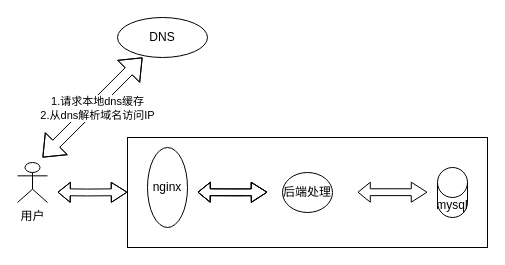
Above: 网站从1到10亿架构演进.drawio in yintianyugithub/frameworkeDesin (draw.io), before the change. Source tidied: cells renumbered, new cells numbered last; positions are measured from the earlier drawing's top-left corner, leaving out a move shared by most shapes. Both pictures are drawn from the tidied source at 100%, with x=0, y=0 at pixel (17, 17).
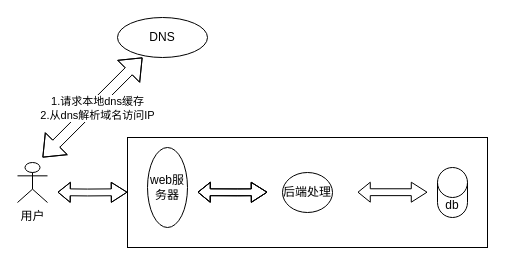
The same page after the edit.

Commit message (it also covers changes not shown here):
更新网站从1到10亿架构演进.drawio

The edit, as a diff of the source:
```diff
@@
-    <mxCell id="7" value="mysql" style="shape=cylinder3;whiteSpace=wrap;html=1;boundedLbl=1;backgroundOutline=1;size=15;" parent="1" vertex="1">
+    <mxCell id="7" value="db" style="shape=cylinder3;whiteSpace=wrap;html=1;boundedLbl=1;backgroundOutline=1;size=15;" parent="1" vertex="1">
       <mxGeometry x="420" y="150" width="30" height="50" as="geometry" />
     </mxCell>
@@
-    <mxCell id="9" value="nginx" style="ellipse;whiteSpace=wrap;html=1;" parent="1" vertex="1">
+    <mxCell id="9" value="web服务器" style="ellipse;whiteSpace=wrap;html=1;" parent="1" vertex="1">
       <mxGeometry x="130" y="130" width="40" height="80" as="geometry" />
     </mxCell>
```
